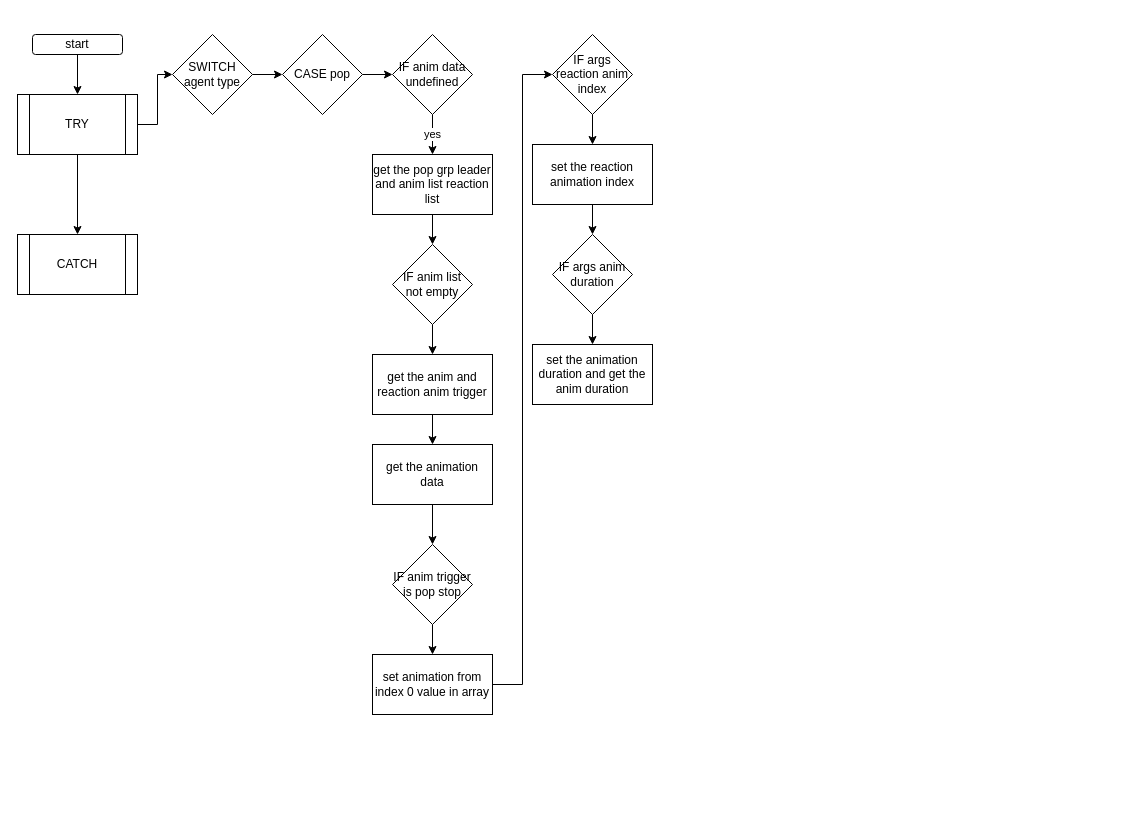
This is animation/setAnimation.drawio from sivagit/diagrams, a draw.io file, before an edit. Source tidied: cells renumbered, new cells numbered last; positions are measured from the earlier drawing's top-left corner, leaving out a move shared by most shapes. Both pictures are drawn from the tidied source at 100%, with x=0, y=0 at pixel (17, 34).
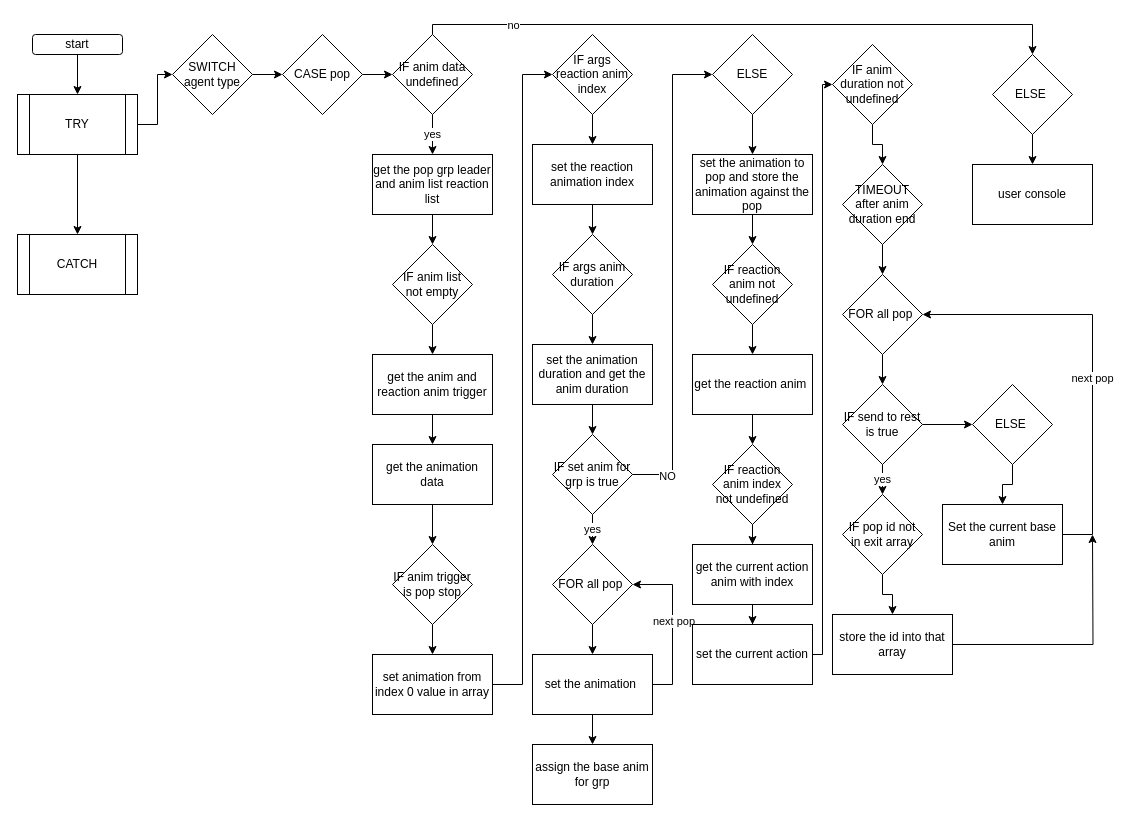
The same diagram, later.

The change refers to these unchanged cells:
```xml
<mxCell id="13" value="IF anim data undefined" style="rhombus;whiteSpace=wrap;html=1;" parent="1" vertex="1">
  <mxGeometry x="375" width="80" height="80" as="geometry" />
</mxCell>
<mxCell id="32" value="set the animation duration and get the anim duration" style="whiteSpace=wrap;html=1;" parent="1" vertex="1">
  <mxGeometry x="515" y="310" width="120" height="60" as="geometry" />
</mxCell>
```

Change to the diagram source:
```diff
@@
+    <mxCell id="33" style="edgeStyle=orthogonalEdgeStyle;rounded=0;jettySize=auto;html=1;" parent="1" edge="1" source="13" target="80">
+      <mxGeometry relative="1" as="geometry">
+        <Array as="points">
+          <mxPoint x="415" y="-10" />
+          <mxPoint x="1015" y="-10" />
+        </Array>
+      </mxGeometry>
+    </mxCell>
+    <mxCell id="34" value="no" style="edgeLabel;html=1;align=center;verticalAlign=middle;" parent="33" vertex="1">
+      <mxGeometry x="-0.72" relative="1" as="geometry" />
+    </mxCell>
@@
+    <mxCell id="35" style="edgeStyle=orthogonalEdgeStyle;rounded=0;jettySize=auto;html=1;" parent="1" edge="1" source="32" target="39">
+      <mxGeometry relative="1" as="geometry" />
+    </mxCell>
@@
+    <mxCell id="36" value="yes" style="edgeStyle=orthogonalEdgeStyle;rounded=0;jettySize=auto;html=1;" parent="1" edge="1" source="39" target="41">
+      <mxGeometry relative="1" as="geometry" />
+    </mxCell>
+    <mxCell id="37" style="edgeStyle=orthogonalEdgeStyle;rounded=0;jettySize=auto;html=1;entryX=0;entryY=0.5;entryDx=0;entryDy=0;" parent="1" edge="1" source="39" target="48">
+      <mxGeometry relative="1" as="geometry">
+        <Array as="points">
+          <mxPoint x="655" y="440" />
+          <mxPoint x="655" y="40" />
+        </Array>
+      </mxGeometry>
+    </mxCell>
+    <mxCell id="38" value="NO" style="edgeLabel;html=1;align=center;verticalAlign=middle;" parent="37" vertex="1">
+      <mxGeometry x="-0.86" y="-1" relative="1" as="geometry" />
+    </mxCell>
+    <mxCell id="39" value="IF set anim for grp is true" style="rhombus;whiteSpace=wrap;html=1;" parent="1" vertex="1">
+      <mxGeometry x="535" y="400" width="80" height="80" as="geometry" />
+    </mxCell>
+    <mxCell id="40" style="edgeStyle=orthogonalEdgeStyle;rounded=0;jettySize=auto;html=1;" parent="1" edge="1" source="41" target="45">
+      <mxGeometry relative="1" as="geometry" />
+    </mxCell>
+    <mxCell id="41" value="FOR all pop&amp;nbsp;" style="rhombus;whiteSpace=wrap;html=1;" parent="1" vertex="1">
+      <mxGeometry x="535" y="510" width="80" height="80" as="geometry" />
+    </mxCell>
+    <mxCell id="42" style="edgeStyle=orthogonalEdgeStyle;rounded=0;jettySize=auto;html=1;" parent="1" edge="1" source="45" target="46">
+      <mxGeometry relative="1" as="geometry" />
+    </mxCell>
+    <mxCell id="43" style="edgeStyle=orthogonalEdgeStyle;rounded=0;jettySize=auto;html=1;entryX=1;entryY=0.5;entryDx=0;entryDy=0;" parent="1" edge="1" source="45" target="41">
+      <mxGeometry relative="1" as="geometry">
+        <Array as="points">
+          <mxPoint x="655" y="650" />
+          <mxPoint x="655" y="550" />
+        </Array>
+      </mxGeometry>
+    </mxCell>
+    <mxCell id="44" value="next pop&amp;nbsp;" style="edgeLabel;html=1;align=center;verticalAlign=middle;" parent="43" vertex="1">
+      <mxGeometry x="0.05" y="-2" relative="1" as="geometry" />
+    </mxCell>
+    <mxCell id="45" value="set the animation&amp;nbsp;" style="whiteSpace=wrap;html=1;" parent="1" vertex="1">
+      <mxGeometry x="515" y="620" width="120" height="60" as="geometry" />
+    </mxCell>
+    <mxCell id="46" value="assign the base anim for grp" style="whiteSpace=wrap;html=1;" parent="1" vertex="1">
+      <mxGeometry x="515" y="710" width="120" height="60" as="geometry" />
+    </mxCell>
+    <mxCell id="47" style="edgeStyle=orthogonalEdgeStyle;rounded=0;jettySize=auto;html=1;" parent="1" edge="1" source="48" target="50">
+      <mxGeometry relative="1" as="geometry" />
+    </mxCell>
+    <mxCell id="48" value="ELSE" style="rhombus;whiteSpace=wrap;html=1;" parent="1" vertex="1">
+      <mxGeometry x="695" width="80" height="80" as="geometry" />
+    </mxCell>
+    <mxCell id="49" style="edgeStyle=orthogonalEdgeStyle;rounded=0;jettySize=auto;html=1;" parent="1" edge="1" source="50" target="52">
+      <mxGeometry relative="1" as="geometry" />
+    </mxCell>
+    <mxCell id="50" value="set the animation to pop and store the animation against the pop" style="whiteSpace=wrap;html=1;" parent="1" vertex="1">
+      <mxGeometry x="675" y="120" width="120" height="60" as="geometry" />
+    </mxCell>
+    <mxCell id="51" style="edgeStyle=orthogonalEdgeStyle;rounded=0;jettySize=auto;html=1;" parent="1" edge="1" source="52" target="54">
+      <mxGeometry relative="1" as="geometry" />
+    </mxCell>
+    <mxCell id="52" value="IF reaction anim not undefined" style="rhombus;whiteSpace=wrap;html=1;" parent="1" vertex="1">
+      <mxGeometry x="695" y="210" width="80" height="80" as="geometry" />
+    </mxCell>
+    <mxCell id="53" style="edgeStyle=orthogonalEdgeStyle;rounded=0;jettySize=auto;html=1;" parent="1" edge="1" source="54" target="56">
+      <mxGeometry relative="1" as="geometry" />
+    </mxCell>
+    <mxCell id="54" value="get the reaction anim&amp;nbsp;" style="whiteSpace=wrap;html=1;" parent="1" vertex="1">
+      <mxGeometry x="675" y="320" width="120" height="60" as="geometry" />
+    </mxCell>
+    <mxCell id="55" style="edgeStyle=orthogonalEdgeStyle;rounded=0;jettySize=auto;html=1;" parent="1" edge="1" source="56" target="58">
+      <mxGeometry relative="1" as="geometry" />
+    </mxCell>
+    <mxCell id="56" value="IF reaction anim index not undefined" style="rhombus;whiteSpace=wrap;html=1;" parent="1" vertex="1">
+      <mxGeometry x="695" y="410" width="80" height="80" as="geometry" />
+    </mxCell>
+    <mxCell id="57" style="edgeStyle=orthogonalEdgeStyle;rounded=0;jettySize=auto;html=1;" parent="1" edge="1" source="58" target="60">
+      <mxGeometry relative="1" as="geometry" />
+    </mxCell>
+    <mxCell id="58" value="get the current action anim with index" style="whiteSpace=wrap;html=1;" parent="1" vertex="1">
+      <mxGeometry x="675" y="510" width="120" height="60" as="geometry" />
+    </mxCell>
+    <mxCell id="59" style="edgeStyle=orthogonalEdgeStyle;rounded=0;jettySize=auto;html=1;entryX=0;entryY=0.5;entryDx=0;entryDy=0;" parent="1" edge="1" source="60" target="62">
+      <mxGeometry relative="1" as="geometry">
+        <Array as="points">
+          <mxPoint x="805" y="620" />
+          <mxPoint x="805" y="50" />
+        </Array>
+      </mxGeometry>
+    </mxCell>
+    <mxCell id="60" value="set the current action" style="whiteSpace=wrap;html=1;" parent="1" vertex="1">
+      <mxGeometry x="675" y="590" width="120" height="60" as="geometry" />
+    </mxCell>
+    <mxCell id="61" style="edgeStyle=orthogonalEdgeStyle;rounded=0;jettySize=auto;html=1;" parent="1" edge="1" source="62" target="64">
+      <mxGeometry relative="1" as="geometry" />
+    </mxCell>
+    <mxCell id="62" value="IF anim duration not undefined" style="rhombus;whiteSpace=wrap;html=1;" parent="1" vertex="1">
+      <mxGeometry x="815" y="10" width="80" height="80" as="geometry" />
+    </mxCell>
+    <mxCell id="63" style="edgeStyle=orthogonalEdgeStyle;rounded=0;jettySize=auto;html=1;" parent="1" edge="1" source="64" target="66">
+      <mxGeometry relative="1" as="geometry" />
+    </mxCell>
+    <mxCell id="64" value="TIMEOUT after anim duration end" style="rhombus;whiteSpace=wrap;html=1;" parent="1" vertex="1">
+      <mxGeometry x="825" y="130" width="80" height="80" as="geometry" />
+    </mxCell>
+    <mxCell id="65" style="edgeStyle=orthogonalEdgeStyle;rounded=0;jettySize=auto;html=1;" parent="1" edge="1" source="66" target="69">
+      <mxGeometry relative="1" as="geometry" />
+    </mxCell>
+    <mxCell id="66" value="FOR all pop&amp;nbsp;" style="rhombus;whiteSpace=wrap;html=1;" parent="1" vertex="1">
+      <mxGeometry x="825" y="240" width="80" height="80" as="geometry" />
+    </mxCell>
+    <mxCell id="67" value="yes" style="edgeStyle=orthogonalEdgeStyle;rounded=0;jettySize=auto;html=1;" parent="1" edge="1" source="69" target="71">
+      <mxGeometry relative="1" as="geometry" />
+    </mxCell>
+    <mxCell id="68" style="edgeStyle=orthogonalEdgeStyle;rounded=0;jettySize=auto;html=1;" parent="1" edge="1" source="69" target="75">
+      <mxGeometry relative="1" as="geometry" />
+    </mxCell>
+    <mxCell id="69" value="IF send to rest is true" style="rhombus;whiteSpace=wrap;html=1;" parent="1" vertex="1">
+      <mxGeometry x="825" y="350" width="80" height="80" as="geometry" />
+    </mxCell>
+    <mxCell id="70" style="edgeStyle=orthogonalEdgeStyle;rounded=0;jettySize=auto;html=1;" parent="1" edge="1" source="71" target="73">
+      <mxGeometry relative="1" as="geometry" />
+    </mxCell>
+    <mxCell id="71" value="IF pop id not in exit array" style="rhombus;whiteSpace=wrap;html=1;" parent="1" vertex="1">
+      <mxGeometry x="825" y="460" width="80" height="80" as="geometry" />
+    </mxCell>
+    <mxCell id="72" style="edgeStyle=orthogonalEdgeStyle;rounded=0;jettySize=auto;html=1;" parent="1" edge="1" source="73">
+      <mxGeometry relative="1" as="geometry">
+        <mxPoint x="1075" y="500" as="targetPoint" />
+      </mxGeometry>
+    </mxCell>
+    <mxCell id="73" value="store the id into that array" style="whiteSpace=wrap;html=1;" parent="1" vertex="1">
+      <mxGeometry x="815" y="580" width="120" height="60" as="geometry" />
+    </mxCell>
+    <mxCell id="74" style="edgeStyle=orthogonalEdgeStyle;rounded=0;jettySize=auto;html=1;" parent="1" edge="1" source="75" target="78">
+      <mxGeometry relative="1" as="geometry" />
+    </mxCell>
+    <mxCell id="75" value="ELSE&amp;nbsp;" style="rhombus;whiteSpace=wrap;html=1;" parent="1" vertex="1">
+      <mxGeometry x="955" y="350" width="80" height="80" as="geometry" />
+    </mxCell>
+    <mxCell id="76" style="edgeStyle=orthogonalEdgeStyle;rounded=0;jettySize=auto;html=1;entryX=1;entryY=0.5;entryDx=0;entryDy=0;" parent="1" edge="1" source="78" target="66">
+      <mxGeometry relative="1" as="geometry">
+        <Array as="points">
+          <mxPoint x="1075" y="500" />
+          <mxPoint x="1075" y="280" />
+        </Array>
+      </mxGeometry>
+    </mxCell>
+    <mxCell id="77" value="next pop" style="edgeLabel;html=1;align=center;verticalAlign=middle;" parent="76" vertex="1">
+      <mxGeometry x="-0.11" y="1" relative="1" as="geometry" />
+    </mxCell>
+    <mxCell id="78" value="Set the current base anim" style="whiteSpace=wrap;html=1;" parent="1" vertex="1">
+      <mxGeometry x="925" y="470" width="120" height="60" as="geometry" />
+    </mxCell>
+    <mxCell id="79" style="edgeStyle=orthogonalEdgeStyle;rounded=0;jettySize=auto;html=1;" parent="1" edge="1" source="80" target="81">
+      <mxGeometry relative="1" as="geometry" />
+    </mxCell>
+    <mxCell id="80" value="ELSE&amp;nbsp;" style="rhombus;whiteSpace=wrap;html=1;" parent="1" vertex="1">
+      <mxGeometry x="975" y="20" width="80" height="80" as="geometry" />
+    </mxCell>
+    <mxCell id="81" value="user console" style="whiteSpace=wrap;html=1;" parent="1" vertex="1">
+      <mxGeometry x="955" y="130" width="120" height="60" as="geometry" />
+    </mxCell>
```
